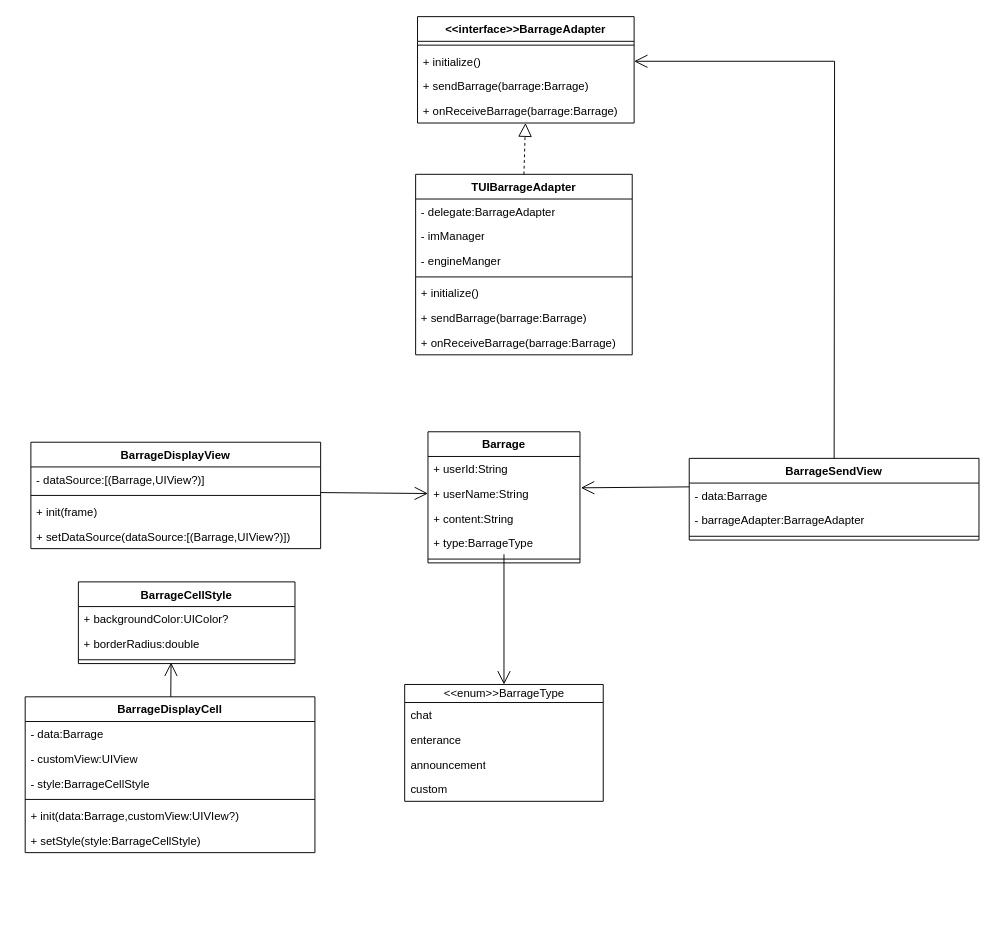
This is 未命名绘图.drawio from Hanpto/BarragePlugin, a draw.io file, before an edit. Source tidied: cells renumbered, new cells numbered last; positions are measured from the earlier drawing's top-left corner, leaving out a move shared by most shapes. Both pictures are drawn from the tidied source at 95%, with x=0, y=0 at pixel (25, 16).
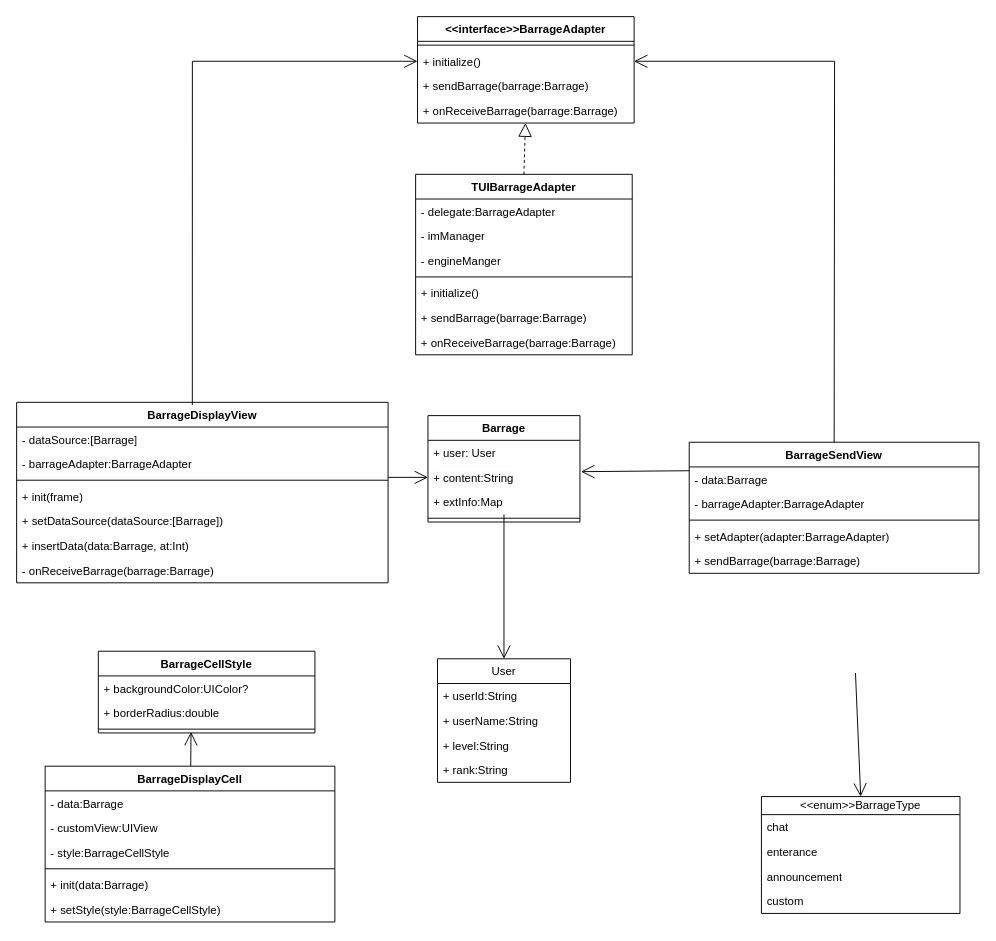
The same diagram, later.

The change refers to these unchanged cells:
```xml
<mxCell id="4" value="+ initialize()" style="text;strokeColor=none;fillColor=none;align=left;verticalAlign=top;spacingLeft=4;spacingRight=4;overflow=hidden;points=[[0,0.5],[1,0.5]];portConstraint=eastwest;whiteSpace=wrap;html=1;" parent="2" vertex="1">
  <mxGeometry y="34" width="228" height="26" as="geometry" />
</mxCell>
<mxCell id="46" value="- data:Barrage" style="text;strokeColor=none;fillColor=none;align=left;verticalAlign=top;spacingLeft=4;spacingRight=4;overflow=hidden;points=[[0,0.5],[1,0.5]];portConstraint=eastwest;whiteSpace=wrap;html=1;" parent="45" vertex="1">
  <mxGeometry y="26" width="305" height="26" as="geometry" />
</mxCell>
```

Diff of the diagram source:
```diff
@@
     <mxCell id="16" value="BarrageDisplayView" style="swimlane;fontStyle=1;align=center;verticalAlign=top;horizontal=1;startSize=26;whiteSpace=wrap;html=1;" parent="1" vertex="1">
-      <mxGeometry x="6" y="448" width="305" height="112" as="geometry" />
+      <mxGeometry x="-9" y="406" width="391" height="190" as="geometry" />
     </mxCell>
-    <mxCell id="17" value="- dataSource:[(Barrage,UIView?)]" style="text;strokeColor=none;fillColor=none;align=left;verticalAlign=top;spacingLeft=4;spacingRight=4;overflow=hidden;whiteSpace=wrap;html=1;" parent="16" vertex="1">
-      <mxGeometry y="26" width="305" height="26" as="geometry" />
+    <mxCell id="17" value="- dataSource:[Barrage]" style="text;strokeColor=none;fillColor=none;align=left;verticalAlign=top;spacingLeft=4;spacingRight=4;overflow=hidden;whiteSpace=wrap;html=1;" parent="16" vertex="1">
+      <mxGeometry y="26" width="391" height="26" as="geometry" />
     </mxCell>
+    <mxCell id="52" value="- barrageAdapter:BarrageAdapter" style="text;strokeColor=none;fillColor=none;align=left;verticalAlign=top;spacingLeft=4;spacingRight=4;overflow=hidden;whiteSpace=wrap;html=1;" parent="16" vertex="1">
+      <mxGeometry y="52" width="391" height="26" as="geometry" />
+    </mxCell>
     <mxCell id="18" style="line;strokeWidth=1;fillColor=none;align=left;verticalAlign=middle;spacingTop=-1;spacingLeft=3;spacingRight=3;labelPosition=right;points=[];portConstraint=eastwest;strokeColor=inherit;" parent="16" vertex="1">
-      <mxGeometry y="52" width="305" height="8" as="geometry" />
+      <mxGeometry y="78" width="391" height="8" as="geometry" />
     </mxCell>
     <mxCell id="19" value="+ init(frame)" style="text;strokeColor=none;fillColor=none;align=left;verticalAlign=top;spacingLeft=4;spacingRight=4;overflow=hidden;whiteSpace=wrap;html=1;" parent="16" vertex="1">
-      <mxGeometry y="60" width="305" height="26" as="geometry" />
+      <mxGeometry y="86" width="391" height="26" as="geometry" />
     </mxCell>
-    <mxCell id="20" value="+ setDataSource(dataSource:[(Barrage,UIView?)])" style="text;strokeColor=none;fillColor=none;align=left;verticalAlign=top;spacingLeft=4;spacingRight=4;overflow=hidden;whiteSpace=wrap;html=1;" parent="16" vertex="1">
-      <mxGeometry y="86" width="305" height="26" as="geometry" />
-    </mxCell>
+    <mxCell id="53" value="+ setDataSource(dataSource:[Barrage])" style="text;strokeColor=none;fillColor=none;align=left;verticalAlign=top;spacingLeft=4;spacingRight=4;overflow=hidden;whiteSpace=wrap;html=1;" parent="16" vertex="1">
+      <mxGeometry y="112" width="391" height="26" as="geometry" />
+    </mxCell>
+    <mxCell id="54" value="+ insertData(data:Barrage, at:Int)" style="text;strokeColor=none;fillColor=none;align=left;verticalAlign=top;spacingLeft=4;spacingRight=4;overflow=hidden;whiteSpace=wrap;html=1;" parent="16" vertex="1">
+      <mxGeometry y="138" width="391" height="26" as="geometry" />
+    </mxCell>
+    <mxCell id="55" value="- onReceiveBarrage(barrage:Barrage)" style="text;strokeColor=none;fillColor=none;align=left;verticalAlign=top;spacingLeft=4;spacingRight=4;overflow=hidden;whiteSpace=wrap;html=1;" parent="16" vertex="1">
+      <mxGeometry y="164" width="391" height="26" as="geometry" />
+    </mxCell>
     <mxCell id="21" value="Barrage" style="swimlane;fontStyle=1;align=center;verticalAlign=top;horizontal=1;startSize=26;whiteSpace=wrap;html=1;" parent="1" vertex="1">
-      <mxGeometry x="424" y="437" width="160" height="138" as="geometry" />
+      <mxGeometry x="424" y="420" width="160" height="112" as="geometry" />
     </mxCell>
-    <mxCell id="22" value="+ userId:String" style="text;strokeColor=none;fillColor=none;align=left;verticalAlign=top;spacingLeft=4;spacingRight=4;overflow=hidden;whiteSpace=wrap;html=1;" parent="21" vertex="1">
+    <mxCell id="22" value="+ user: User" style="text;strokeColor=none;fillColor=none;align=left;verticalAlign=top;spacingLeft=4;spacingRight=4;overflow=hidden;whiteSpace=wrap;html=1;" parent="21" vertex="1">
       <mxGeometry y="26" width="160" height="26" as="geometry" />
     </mxCell>
-    <mxCell id="23" value="+ userName:String&lt;div&gt;&lt;br&gt;&lt;/div&gt;" style="text;strokeColor=none;fillColor=none;align=left;verticalAlign=top;spacingLeft=4;spacingRight=4;overflow=hidden;points=[[0,0.5],[1,0.5]];portConstraint=eastwest;whiteSpace=wrap;html=1;" parent="21" vertex="1">
-      <mxGeometry y="52" width="160" height="26" as="geometry" />
-    </mxCell>
-    <mxCell id="24" value="+ content:String" style="text;strokeColor=none;fillColor=none;align=left;verticalAlign=top;spacingLeft=4;spacingRight=4;overflow=hidden;whiteSpace=wrap;html=1;" parent="21" vertex="1">
-      <mxGeometry y="78" width="160" height="26" as="geometry" />
+    <mxCell id="24" value="&lt;span style=&quot;color: rgb(0, 0, 0); font-family: Helvetica; font-size: 12px; font-style: normal; font-variant-ligatures: normal; font-variant-caps: normal; font-weight: 400; letter-spacing: normal; orphans: 2; text-align: left; text-indent: 0px; text-transform: none; widows: 2; word-spacing: 0px; -webkit-text-stroke-width: 0px; white-space: normal; background-color: rgb(251, 251, 251); text-decoration-thickness: initial; text-decoration-style: initial; text-decoration-color: initial; display: inline !important; float: none;&quot;&gt;+ content:String&lt;/span&gt;" style="text;strokeColor=none;fillColor=none;align=left;verticalAlign=top;spacingLeft=4;spacingRight=4;overflow=hidden;whiteSpace=wrap;html=1;" parent="21" vertex="1">
+      <mxGeometry y="52" width="160" height="26" as="geometry" />
     </mxCell>
-    <mxCell id="25" value="+ type:BarrageType" style="text;strokeColor=none;fillColor=none;align=left;verticalAlign=top;spacingLeft=4;spacingRight=4;overflow=hidden;points=[[0,0.5],[1,0.5]];portConstraint=eastwest;whiteSpace=wrap;html=1;" parent="21" vertex="1">
-      <mxGeometry y="104" width="160" height="26" as="geometry" />
-    </mxCell>
+    <mxCell id="56" value="+ extInfo:Map" style="text;strokeColor=none;fillColor=none;align=left;verticalAlign=top;spacingLeft=4;spacingRight=4;overflow=hidden;points=[[0,0.5],[1,0.5]];portConstraint=eastwest;whiteSpace=wrap;html=1;" parent="21" vertex="1">
+      <mxGeometry y="78" width="160" height="26" as="geometry" />
+    </mxCell>
     <mxCell id="26" style="line;strokeWidth=1;fillColor=none;align=left;verticalAlign=middle;spacingTop=-1;spacingLeft=3;spacingRight=3;labelPosition=right;strokeColor=inherit;" parent="21" vertex="1">
-      <mxGeometry y="130" width="160" height="8" as="geometry" />
+      <mxGeometry y="104" width="160" height="8" as="geometry" />
     </mxCell>
     <mxCell id="27" value="&amp;lt;&amp;lt;enum&amp;gt;&amp;gt;BarrageType" style="swimlane;fontStyle=0;horizontal=1;startSize=19;fillColor=none;whiteSpace=wrap;html=1;" parent="1" vertex="1">
-      <mxGeometry x="399.5" y="703" width="209" height="123" as="geometry" />
+      <mxGeometry x="775" y="821" width="209" height="123" as="geometry" />
     </mxCell>
@@
-    <mxCell id="32" style="endArrow=open;endFill=1;endSize=12;html=1;rounded=0;exitX=0.5;exitY=0.962;exitDx=0;exitDy=0;exitPerimeter=0;entryX=0.5;entryY=0;entryDx=0;entryDy=0;" parent="1" edge="1" source="25" target="27">
-      <mxGeometry relative="1" as="geometry" />
+    <mxCell id="32" style="endArrow=open;endFill=1;endSize=12;html=1;rounded=0;entryX=0.5;entryY=0;entryDx=0;entryDy=0;" parent="1" edge="1" target="27">
+      <mxGeometry relative="1" as="geometry">
+        <mxPoint x="874" y="691" as="sourcePoint" />
+      </mxGeometry>
     </mxCell>
     <mxCell id="33" value="BarrageDisplayCell" style="swimlane;fontStyle=1;align=center;verticalAlign=top;horizontal=1;startSize=26;whiteSpace=wrap;html=1;" parent="1" vertex="1">
-      <mxGeometry y="716" width="305" height="164" as="geometry" />
+      <mxGeometry x="21" y="789" width="305" height="164" as="geometry" />
     </mxCell>
@@
-    <mxCell id="38" value="+ init(data:Barrage,customView:UIVIew?)" style="text;strokeColor=none;fillColor=none;align=left;verticalAlign=top;spacingLeft=4;spacingRight=4;overflow=hidden;whiteSpace=wrap;html=1;" parent="33" vertex="1">
+    <mxCell id="38" value="+ init(data:Barrage)" style="text;strokeColor=none;fillColor=none;align=left;verticalAlign=top;spacingLeft=4;spacingRight=4;overflow=hidden;whiteSpace=wrap;html=1;" parent="33" vertex="1">
       <mxGeometry y="112" width="305" height="26" as="geometry" />
     </mxCell>
@@
     <mxCell id="40" value="BarrageCellStyle" style="swimlane;fontStyle=1;align=center;verticalAlign=top;horizontal=1;startSize=26;whiteSpace=wrap;html=1;" parent="1" vertex="1">
-      <mxGeometry x="56" y="595" width="228" height="86" as="geometry" />
+      <mxGeometry x="77" y="668" width="228" height="86" as="geometry" />
     </mxCell>
@@
     <mxCell id="45" value="BarrageSendView" style="swimlane;fontStyle=1;align=center;verticalAlign=top;horizontal=1;startSize=26;whiteSpace=wrap;html=1;" parent="1" vertex="1">
-      <mxGeometry x="699" y="465" width="305" height="86" as="geometry" />
+      <mxGeometry x="699" y="448" width="305" height="138" as="geometry" />
     </mxCell>
@@
+    <mxCell id="57" value="+ setAdapter(adapter:BarrageAdapter)" style="text;strokeColor=none;fillColor=none;align=left;verticalAlign=top;spacingLeft=4;spacingRight=4;overflow=hidden;whiteSpace=wrap;html=1;" parent="45" vertex="1">
+      <mxGeometry y="86" width="305" height="26" as="geometry" />
+    </mxCell>
+    <mxCell id="58" value="&lt;span style=&quot;color: rgb(0, 0, 0); font-family: Helvetica; font-size: 12px; font-style: normal; font-variant-ligatures: normal; font-variant-caps: normal; font-weight: 400; letter-spacing: normal; orphans: 2; text-align: left; text-indent: 0px; text-transform: none; widows: 2; word-spacing: 0px; -webkit-text-stroke-width: 0px; white-space: normal; background-color: rgb(251, 251, 251); text-decoration-thickness: initial; text-decoration-style: initial; text-decoration-color: initial; display: inline !important; float: none;&quot;&gt;+ sendBarrage(barrage:Barrage)&lt;/span&gt;" style="text;strokeColor=none;fillColor=none;align=left;verticalAlign=top;spacingLeft=4;spacingRight=4;overflow=hidden;whiteSpace=wrap;html=1;" parent="45" vertex="1">
+      <mxGeometry y="112" width="305" height="26" as="geometry" />
+    </mxCell>
-    <mxCell id="49" style="endArrow=open;endFill=1;endSize=12;html=1;rounded=0;entryX=0;entryY=0.5;entryDx=0;entryDy=0;exitX=1;exitY=0.125;exitDx=0;exitDy=0;exitPerimeter=0;" parent="1" edge="1" source="18" target="23">
-      <mxGeometry relative="1" as="geometry" />
+    <mxCell id="49" style="endArrow=open;endFill=1;endSize=12;html=1;rounded=0;entryX=0;entryY=0.5;entryDx=0;entryDy=0;exitX=1;exitY=0.125;exitDx=0;exitDy=0;exitPerimeter=0;" parent="1" edge="1" source="18">
+      <mxGeometry relative="1" as="geometry">
+        <mxPoint x="424" y="485" as="targetPoint" />
+      </mxGeometry>
     </mxCell>
     <mxCell id="50" style="endArrow=open;endFill=1;endSize=12;html=1;rounded=0;exitX=0;exitY=0.154;exitDx=0;exitDy=0;exitPerimeter=0;" parent="1" edge="1" source="46">
       <mxGeometry relative="1" as="geometry">
-        <mxPoint x="585" y="496" as="targetPoint" />
+        <mxPoint x="585" y="479" as="targetPoint" />
       </mxGeometry>
     </mxCell>
@@
+    <mxCell id="59" value="User" style="swimlane;fontStyle=0;horizontal=1;startSize=26;fillColor=none;whiteSpace=wrap;html=1;" parent="1" vertex="1">
+      <mxGeometry x="434" y="676" width="140" height="130" as="geometry" />
+    </mxCell>
+    <mxCell id="60" value="+ userId:String" style="text;strokeColor=none;fillColor=none;align=left;verticalAlign=top;spacingLeft=4;spacingRight=4;overflow=hidden;whiteSpace=wrap;html=1;" parent="59" vertex="1">
+      <mxGeometry y="26" width="140" height="26" as="geometry" />
+    </mxCell>
+    <mxCell id="23" value="+ userName:String" style="text;strokeColor=none;fillColor=none;align=left;verticalAlign=top;spacingLeft=4;spacingRight=4;overflow=hidden;points=[[0,0.5],[1,0.5]];portConstraint=eastwest;whiteSpace=wrap;html=1;" parent="59" vertex="1">
+      <mxGeometry y="52" width="140" height="26" as="geometry" />
+    </mxCell>
+    <mxCell id="61" value="+ level:String&lt;div&gt;&lt;br&gt;&lt;/div&gt;" style="text;strokeColor=none;fillColor=none;align=left;verticalAlign=top;spacingLeft=4;spacingRight=4;overflow=hidden;whiteSpace=wrap;html=1;" parent="59" vertex="1">
+      <mxGeometry y="78" width="140" height="26" as="geometry" />
+    </mxCell>
+    <mxCell id="62" value="&lt;div&gt;+ rank:String&lt;/div&gt;" style="text;strokeColor=none;fillColor=none;align=left;verticalAlign=top;spacingLeft=4;spacingRight=4;overflow=hidden;whiteSpace=wrap;html=1;" parent="59" vertex="1">
+      <mxGeometry y="104" width="140" height="26" as="geometry" />
+    </mxCell>
+    <mxCell id="63" style="endArrow=open;endFill=1;endSize=12;html=1;rounded=0;entryX=0.5;entryY=0;entryDx=0;entryDy=0;" parent="1" edge="1" source="56" target="59">
+      <mxGeometry relative="1" as="geometry" />
+    </mxCell>
+    <mxCell id="64" style="endArrow=open;endFill=1;endSize=12;html=1;rounded=0;exitX=0.473;exitY=0.016;exitDx=0;exitDy=0;exitPerimeter=0;entryX=0;entryY=0.5;entryDx=0;entryDy=0;" parent="1" edge="1" source="16" target="4">
+      <mxGeometry relative="1" as="geometry">
+        <Array as="points">
+          <mxPoint x="176" y="47" />
+        </Array>
+      </mxGeometry>
+    </mxCell>
```
